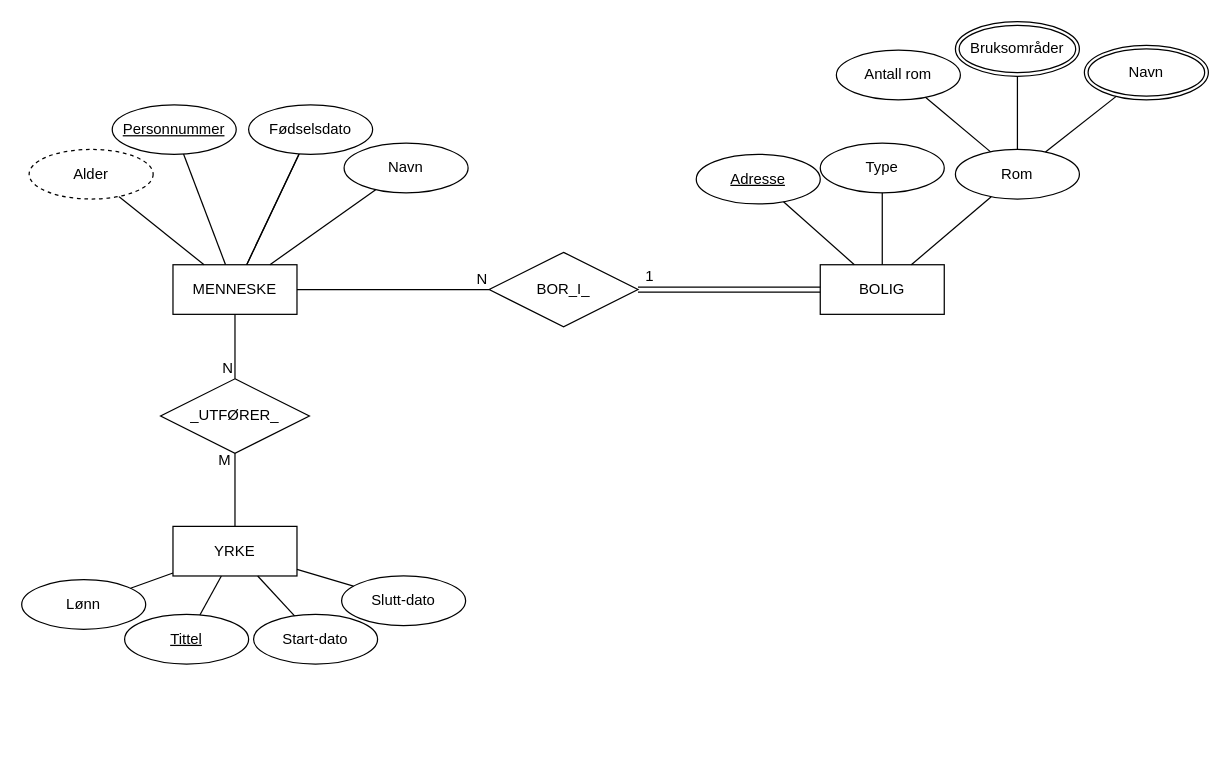
Before: innlevering1/oppgave2.drawio in harepus/in2090, a draw.io diagram. Source tidied: cells renumbered, new cells numbered last; positions are measured from the earlier drawing's top-left corner, leaving out a move shared by most shapes. Both pictures are drawn from the tidied source at 124%, with x=0, y=0 at pixel (21, 21).
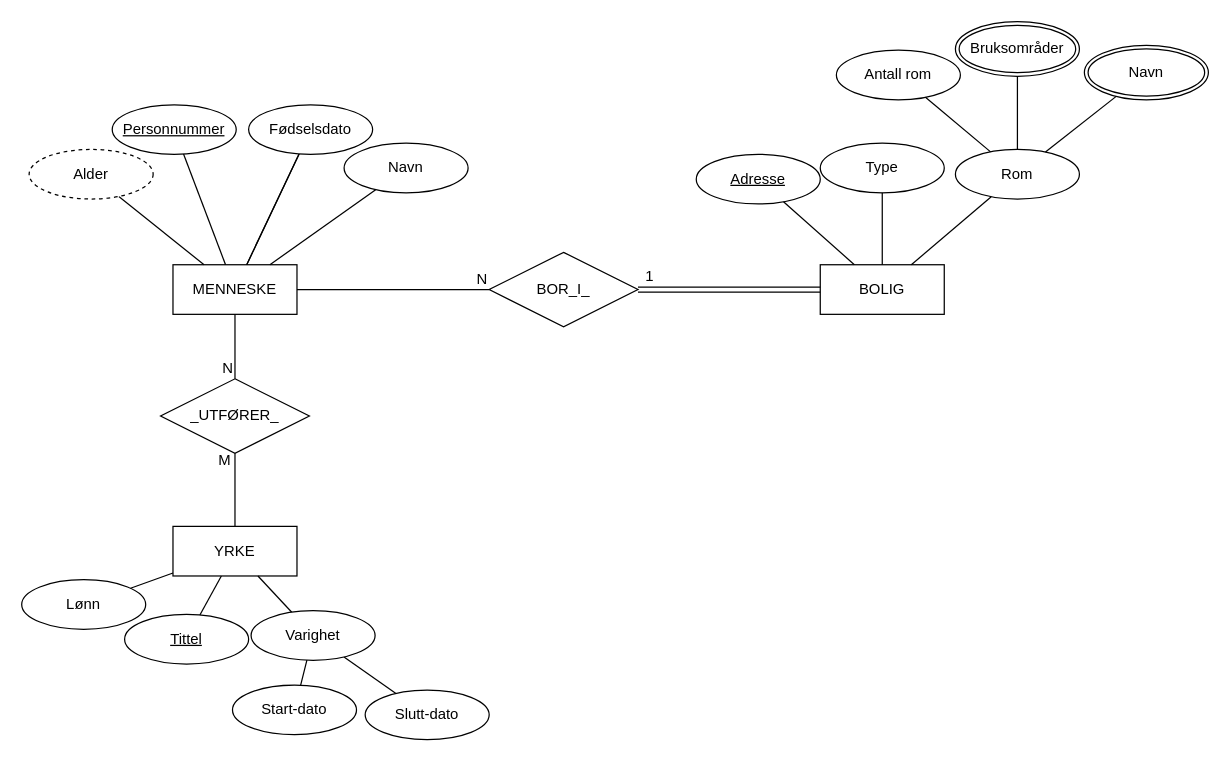
Above is the later version.

Unchanged cells that the change refers to:
```xml
<mxCell id="24" value="YRKE" style="whiteSpace=wrap;html=1;align=center;" parent="1" vertex="1">
  <mxGeometry x="122" y="407" width="100" height="40" as="geometry" />
</mxCell>
```

What changed in the source:
```diff
@@
     <mxCell id="36" value="Start-dato" style="ellipse;whiteSpace=wrap;html=1;align=center;" parent="1" vertex="1">
-      <mxGeometry x="187" y="478" width="100" height="40" as="geometry" />
+      <mxGeometry x="170" y="535" width="100" height="40" as="geometry" />
     </mxCell>
-    <mxCell id="37" style="endArrow=none;html=1;rounded=0;" parent="1" edge="1" source="36" target="24">
+    <mxCell id="37" style="endArrow=none;html=1;rounded=0;" parent="1" edge="1" source="44" target="24">
       <mxGeometry relative="1" as="geometry" />
     </mxCell>
     <mxCell id="38" value="Slutt-dato" style="ellipse;whiteSpace=wrap;html=1;align=center;" parent="1" vertex="1">
-      <mxGeometry x="258" y="447" width="100" height="40" as="geometry" />
+      <mxGeometry x="277" y="539" width="100" height="40" as="geometry" />
     </mxCell>
-    <mxCell id="39" style="endArrow=none;html=1;rounded=0;" parent="1" edge="1" source="38" target="24">
+    <mxCell id="39" style="endArrow=none;html=1;rounded=0;" parent="1" edge="1" source="38" target="44">
       <mxGeometry relative="1" as="geometry" />
     </mxCell>
@@
+    <mxCell id="44" value="Varighet" style="ellipse;whiteSpace=wrap;html=1;align=center;" parent="1" vertex="1">
+      <mxGeometry x="185" y="475" width="100" height="40" as="geometry" />
+    </mxCell>
+    <mxCell id="45" style="endArrow=none;html=1;rounded=0;" parent="1" edge="1" source="36" target="44">
+      <mxGeometry relative="1" as="geometry" />
+    </mxCell>
```
